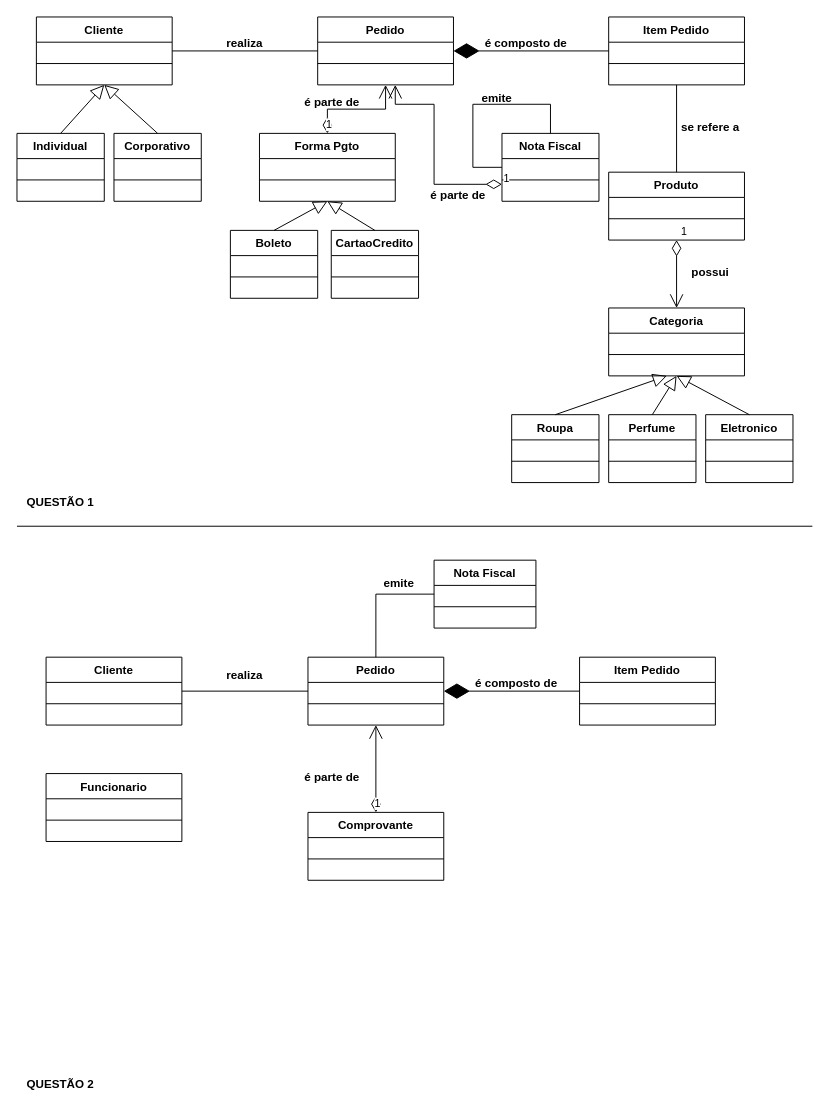
Above: page "Questão 1-2" (1 of 2) of TarefaENG-REQ.drawio in loui674/Diagramas-de-Caso-de-Uso (draw.io), before the change. Source tidied: cells renumbered, new cells numbered last; positions are measured from the earlier drawing's top-left corner, leaving out a move shared by most shapes. Both pictures are drawn from the tidied source at 97%, with x=0, y=0 at pixel (16, 16).
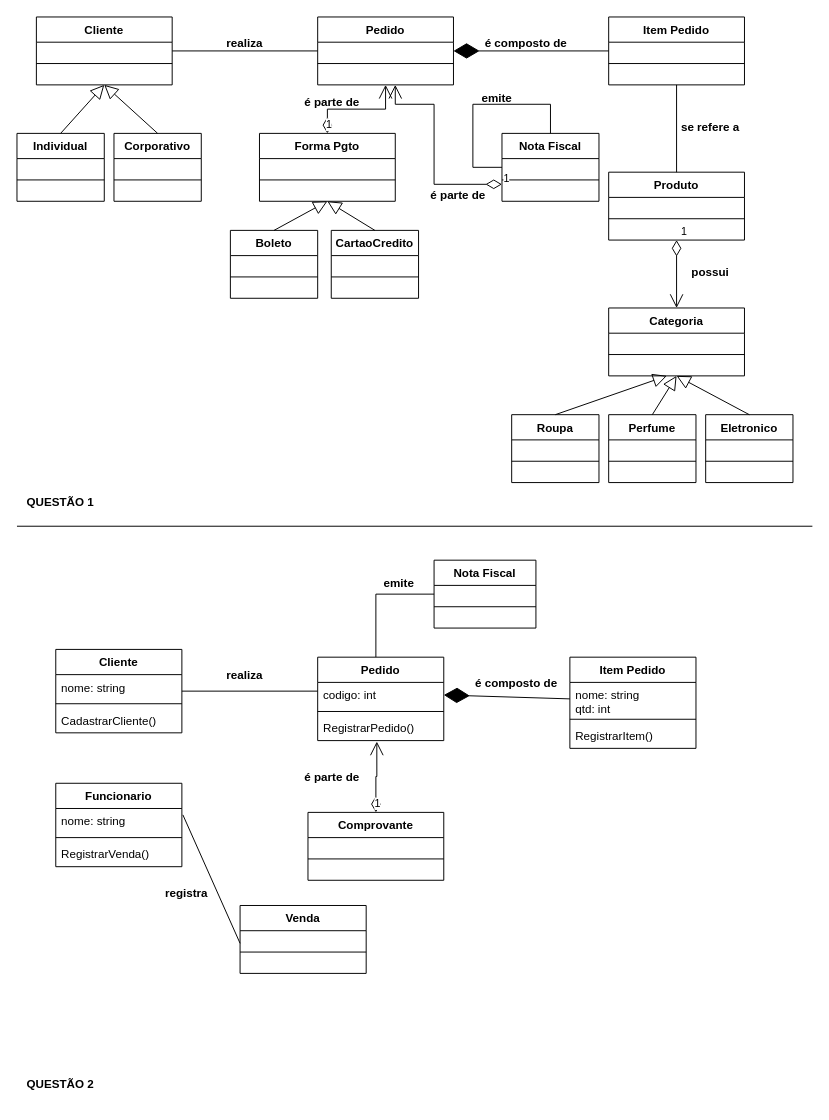
After the change.

Unchanged cells that the change refers to:
```xml
<mxCell id="60" value="Comprovante" style="swimlane;fontStyle=1;align=center;verticalAlign=top;horizontal=1;startSize=26;" parent="1" vertex="1">
  <mxGeometry x="300" y="820" width="140" height="70" as="geometry" />
</mxCell>
<mxCell id="64" value="Nota Fiscal" style="swimlane;fontStyle=1;align=center;verticalAlign=top;horizontal=1;startSize=26;" parent="1" vertex="1">
  <mxGeometry x="430" y="560" width="105" height="70" as="geometry" />
</mxCell>
```

What changed in the source:
```diff
@@
-    <mxCell id="54" value="Pedido" style="swimlane;fontStyle=1;align=center;verticalAlign=top;horizontal=1;startSize=26;" parent="1" vertex="1">
-      <mxGeometry x="300" y="660" width="140" height="70" as="geometry" />
-    </mxCell>
-    <mxCell id="55" style="line;strokeWidth=1;fillColor=none;align=left;verticalAlign=middle;spacingTop=-1;spacingLeft=3;spacingRight=3;labelPosition=right;strokeColor=inherit;" parent="54" vertex="1">
-      <mxGeometry y="26" width="140" height="44" as="geometry" />
-    </mxCell>
-    <mxCell id="56" value="Cliente" style="swimlane;fontStyle=1;align=center;verticalAlign=top;horizontal=1;startSize=26;" parent="1" vertex="1">
-      <mxGeometry x="30" y="660" width="140" height="70" as="geometry" />
-    </mxCell>
-    <mxCell id="57" style="line;strokeWidth=1;fillColor=none;align=left;verticalAlign=middle;spacingTop=-1;spacingLeft=3;spacingRight=3;labelPosition=right;strokeColor=inherit;" parent="56" vertex="1">
-      <mxGeometry y="26" width="140" height="44" as="geometry" />
-    </mxCell>
-    <mxCell id="58" value="Item Pedido" style="swimlane;fontStyle=1;align=center;verticalAlign=top;horizontal=1;startSize=26;" parent="1" vertex="1">
-      <mxGeometry x="580" y="660" width="140" height="70" as="geometry" />
-    </mxCell>
-    <mxCell id="59" style="line;strokeWidth=1;fillColor=none;align=left;verticalAlign=middle;spacingTop=-1;spacingLeft=3;spacingRight=3;labelPosition=right;strokeColor=inherit;" parent="58" vertex="1">
-      <mxGeometry y="26" width="140" height="44" as="geometry" />
-    </mxCell>
@@
-    <mxCell id="62" value="Funcionario" style="swimlane;fontStyle=1;align=center;verticalAlign=top;horizontal=1;startSize=26;" parent="1" vertex="1">
-      <mxGeometry x="30" y="780" width="140" height="70" as="geometry" />
-    </mxCell>
-    <mxCell id="63" style="line;strokeWidth=1;fillColor=none;align=left;verticalAlign=middle;spacingTop=-1;spacingLeft=3;spacingRight=3;labelPosition=right;strokeColor=inherit;" parent="62" vertex="1">
-      <mxGeometry y="26" width="140" height="44" as="geometry" />
-    </mxCell>
@@
-    <mxCell id="66" style="endArrow=diamondThin;endFill=1;endSize=24;html=1;rounded=0;entryX=1;entryY=0.5;entryDx=0;entryDy=0;exitX=0;exitY=0.5;exitDx=0;exitDy=0;" parent="1" edge="1" source="58" target="54">
+    <mxCell id="66" style="endArrow=diamondThin;endFill=1;endSize=24;html=1;rounded=0;entryX=1;entryY=0.5;entryDx=0;entryDy=0;exitX=0;exitY=0.5;exitDx=0;exitDy=0;" parent="1" edge="1" source="77" target="74">
       <mxGeometry relative="1" as="geometry" />
     </mxCell>
@@
     <mxCell id="68" style="line;strokeWidth=1;fillColor=none;align=left;verticalAlign=middle;spacingTop=-1;spacingLeft=3;spacingRight=3;labelPosition=right;strokeColor=inherit;" parent="1" vertex="1">
-      <mxGeometry x="170" y="691" width="130" height="8" as="geometry" />
+      <mxGeometry x="170" y="691" width="140" height="8" as="geometry" />
     </mxCell>
@@
-    <mxCell id="70" value="1" style="endArrow=open;html=1;endSize=12;startArrow=diamondThin;startSize=14;startFill=0;edgeStyle=orthogonalEdgeStyle;align=left;verticalAlign=bottom;rounded=0;entryX=0.5;entryY=1;entryDx=0;entryDy=0;exitX=0.5;exitY=0;exitDx=0;exitDy=0;" parent="1" edge="1" source="60" target="54">
+    <mxCell id="70" value="1" style="endArrow=open;html=1;endSize=12;startArrow=diamondThin;startSize=14;startFill=0;edgeStyle=orthogonalEdgeStyle;align=left;verticalAlign=bottom;rounded=0;exitX=0.5;exitY=0;exitDx=0;exitDy=0;entryX=0.469;entryY=1.038;entryDx=0;entryDy=0;entryPerimeter=0;" parent="1" edge="1" source="60" target="76">
       <mxGeometry x="-1" y="3" relative="1" as="geometry" />
     </mxCell>
@@
-    <mxCell id="72" style="endArrow=none;html=1;rounded=0;entryX=0;entryY=0.5;entryDx=0;entryDy=0;exitX=0.5;exitY=0;exitDx=0;exitDy=0;" parent="1" edge="1" source="54" target="64">
+    <mxCell id="72" style="endArrow=none;html=1;rounded=0;entryX=0;entryY=0.5;entryDx=0;entryDy=0;exitX=0.5;exitY=0;exitDx=0;exitDy=0;" parent="1" edge="1" target="64">
       <mxGeometry relative="1" as="geometry">
+        <mxPoint x="370" y="660" as="sourcePoint" />
         <Array as="points">
           <mxPoint x="370" y="595" />
         </Array>
       </mxGeometry>
     </mxCell>
@@
+    <mxCell id="54" value="Pedido" style="swimlane;fontStyle=1;align=center;verticalAlign=top;horizontal=1;startSize=26;" parent="1" vertex="1">
+      <mxGeometry x="310" y="660" width="130" height="86" as="geometry" />
+    </mxCell>
+    <mxCell id="74" value="codigo: int" style="text;strokeColor=none;fillColor=none;align=left;verticalAlign=top;spacingLeft=4;spacingRight=4;overflow=hidden;points=[[0,0.5],[1,0.5]];portConstraint=eastwest;" parent="54" vertex="1">
+      <mxGeometry y="26" width="130" height="26" as="geometry" />
+    </mxCell>
+    <mxCell id="75" style="line;strokeWidth=1;fillColor=none;align=left;verticalAlign=middle;spacingTop=-1;spacingLeft=3;spacingRight=3;labelPosition=right;strokeColor=inherit;" parent="54" vertex="1">
+      <mxGeometry y="52" width="130" height="8" as="geometry" />
+    </mxCell>
+    <mxCell id="76" value="RegistrarPedido()" style="text;strokeColor=none;fillColor=none;align=left;verticalAlign=top;spacingLeft=4;spacingRight=4;overflow=hidden;points=[[0,0.5],[1,0.5]];portConstraint=eastwest;" parent="54" vertex="1">
+      <mxGeometry y="60" width="130" height="26" as="geometry" />
+    </mxCell>
+    <mxCell id="58" value="Item Pedido" style="swimlane;fontStyle=1;align=center;verticalAlign=top;horizontal=1;startSize=26;" parent="1" vertex="1">
+      <mxGeometry x="570" y="660" width="130" height="94" as="geometry" />
+    </mxCell>
+    <mxCell id="77" value="nome: string&#10;qtd: int" style="text;strokeColor=none;fillColor=none;align=left;verticalAlign=top;spacingLeft=4;spacingRight=4;overflow=hidden;points=[[0,0.5],[1,0.5]];portConstraint=eastwest;" parent="58" vertex="1">
+      <mxGeometry y="26" width="130" height="34" as="geometry" />
+    </mxCell>
+    <mxCell id="78" style="line;strokeWidth=1;fillColor=none;align=left;verticalAlign=middle;spacingTop=-1;spacingLeft=3;spacingRight=3;labelPosition=right;strokeColor=inherit;" parent="58" vertex="1">
+      <mxGeometry y="60" width="130" height="8" as="geometry" />
+    </mxCell>
+    <mxCell id="79" value="RegistrarItem()" style="text;strokeColor=none;fillColor=none;align=left;verticalAlign=top;spacingLeft=4;spacingRight=4;overflow=hidden;" parent="58" vertex="1">
+      <mxGeometry y="68" width="130" height="26" as="geometry" />
+    </mxCell>
+    <mxCell id="62" value="Funcionario" style="swimlane;fontStyle=1;align=center;verticalAlign=top;horizontal=1;startSize=26;" parent="1" vertex="1">
+      <mxGeometry x="40" y="790" width="130" height="86" as="geometry" />
+    </mxCell>
+    <mxCell id="80" value="nome: string" style="text;strokeColor=none;fillColor=none;align=left;verticalAlign=top;spacingLeft=4;spacingRight=4;overflow=hidden;points=[[0,0.5],[1,0.5]];portConstraint=eastwest;" parent="62" vertex="1">
+      <mxGeometry y="26" width="130" height="26" as="geometry" />
+    </mxCell>
+    <mxCell id="81" style="line;strokeWidth=1;fillColor=none;align=left;verticalAlign=middle;spacingTop=-1;spacingLeft=3;spacingRight=3;labelPosition=right;strokeColor=inherit;" parent="62" vertex="1">
+      <mxGeometry y="52" width="130" height="8" as="geometry" />
+    </mxCell>
+    <mxCell id="82" value="RegistrarVenda()" style="text;strokeColor=none;fillColor=none;align=left;verticalAlign=top;spacingLeft=4;spacingRight=4;overflow=hidden;" parent="62" vertex="1">
+      <mxGeometry y="60" width="130" height="26" as="geometry" />
+    </mxCell>
+    <mxCell id="56" value="Cliente" style="swimlane;fontStyle=1;align=center;verticalAlign=top;horizontal=1;startSize=26;" parent="1" vertex="1">
+      <mxGeometry x="40" y="652" width="130" height="86" as="geometry" />
+    </mxCell>
+    <mxCell id="83" value="nome: string" style="text;strokeColor=none;fillColor=none;align=left;verticalAlign=top;spacingLeft=4;spacingRight=4;overflow=hidden;" parent="56" vertex="1">
+      <mxGeometry y="26" width="130" height="26" as="geometry" />
+    </mxCell>
+    <mxCell id="84" style="line;strokeWidth=1;fillColor=none;align=left;verticalAlign=middle;spacingTop=-1;spacingLeft=3;spacingRight=3;labelPosition=right;strokeColor=inherit;" parent="56" vertex="1">
+      <mxGeometry y="52" width="130" height="8" as="geometry" />
+    </mxCell>
+    <mxCell id="85" value="CadastrarCliente()" style="text;strokeColor=none;fillColor=none;align=left;verticalAlign=top;spacingLeft=4;spacingRight=4;overflow=hidden;" parent="56" vertex="1">
+      <mxGeometry y="60" width="130" height="26" as="geometry" />
+    </mxCell>
+    <mxCell id="86" style="endArrow=none;html=1;rounded=0;exitX=1.008;exitY=0.252;exitDx=0;exitDy=0;exitPerimeter=0;entryX=0;entryY=0.5;entryDx=0;entryDy=0;" parent="1" edge="1" source="80">
+      <mxGeometry relative="1" as="geometry">
+        <mxPoint x="230" y="955" as="targetPoint" />
+      </mxGeometry>
+    </mxCell>
+    <mxCell id="87" value="registra" style="text;align=center;fontStyle=1;verticalAlign=middle;spacingLeft=3;spacingRight=3;strokeColor=none;" parent="1" vertex="1">
+      <mxGeometry x="130" y="890" width="90" height="26" as="geometry" />
+    </mxCell>
+    <mxCell id="88" value="Venda" style="swimlane;fontStyle=1;align=center;verticalAlign=top;horizontal=1;startSize=26;" parent="1" vertex="1">
+      <mxGeometry x="230" y="916" width="130" height="70" as="geometry" />
+    </mxCell>
+    <mxCell id="89" style="line;strokeWidth=1;fillColor=none;align=left;verticalAlign=middle;spacingTop=-1;spacingLeft=3;spacingRight=3;labelPosition=right;strokeColor=inherit;" parent="88" vertex="1">
+      <mxGeometry y="26" width="130" height="44" as="geometry" />
+    </mxCell>
```
